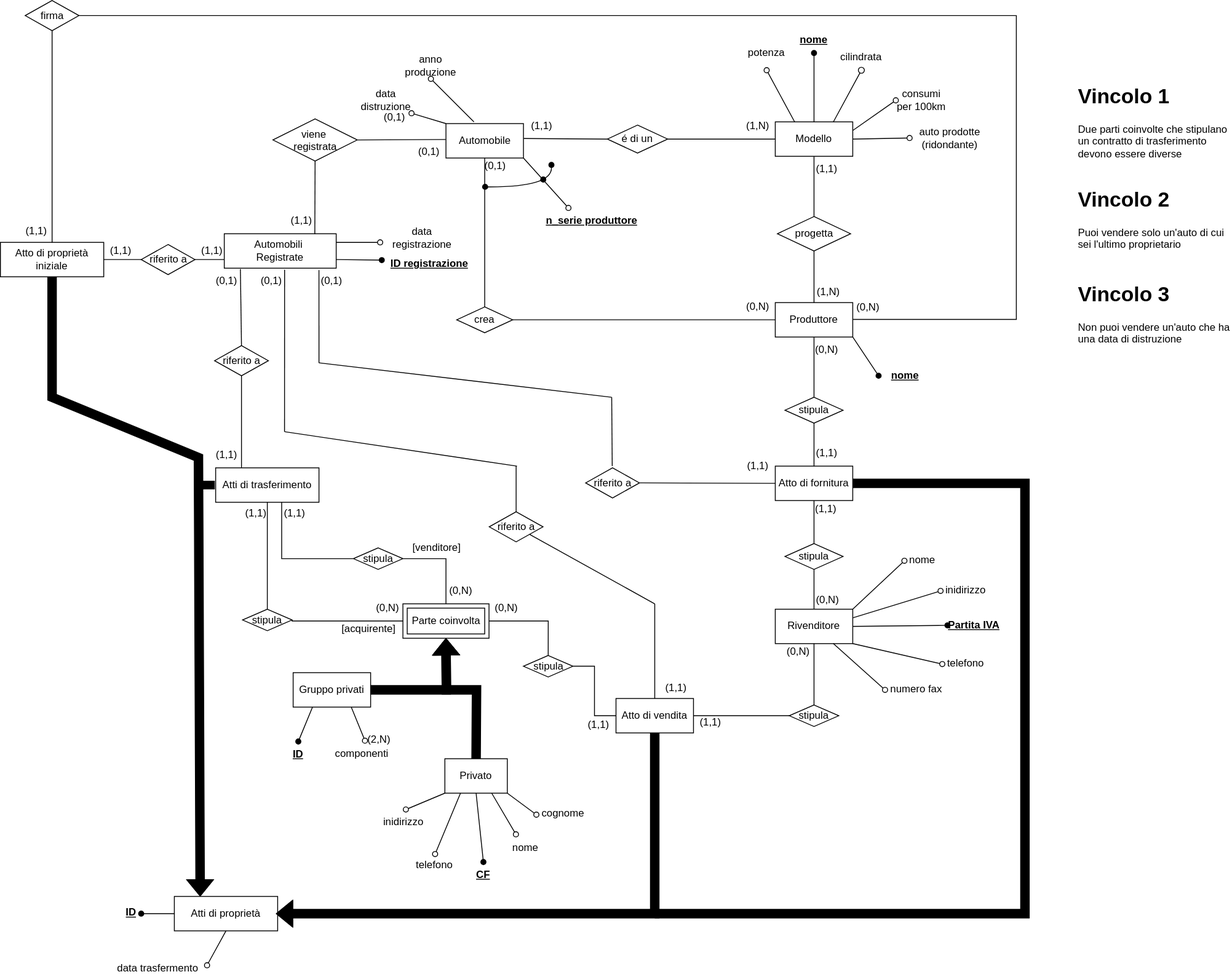
Above: Progetto DATABASE - Concettuale.drawio.svg in CancianMatteo/UNIUD_ProgettoDatabase (draw.io), before the change. Source tidied: cells renumbered, new cells last; positions are measured from the earlier drawing's top-left corner, leaving out a move shared by most shapes.
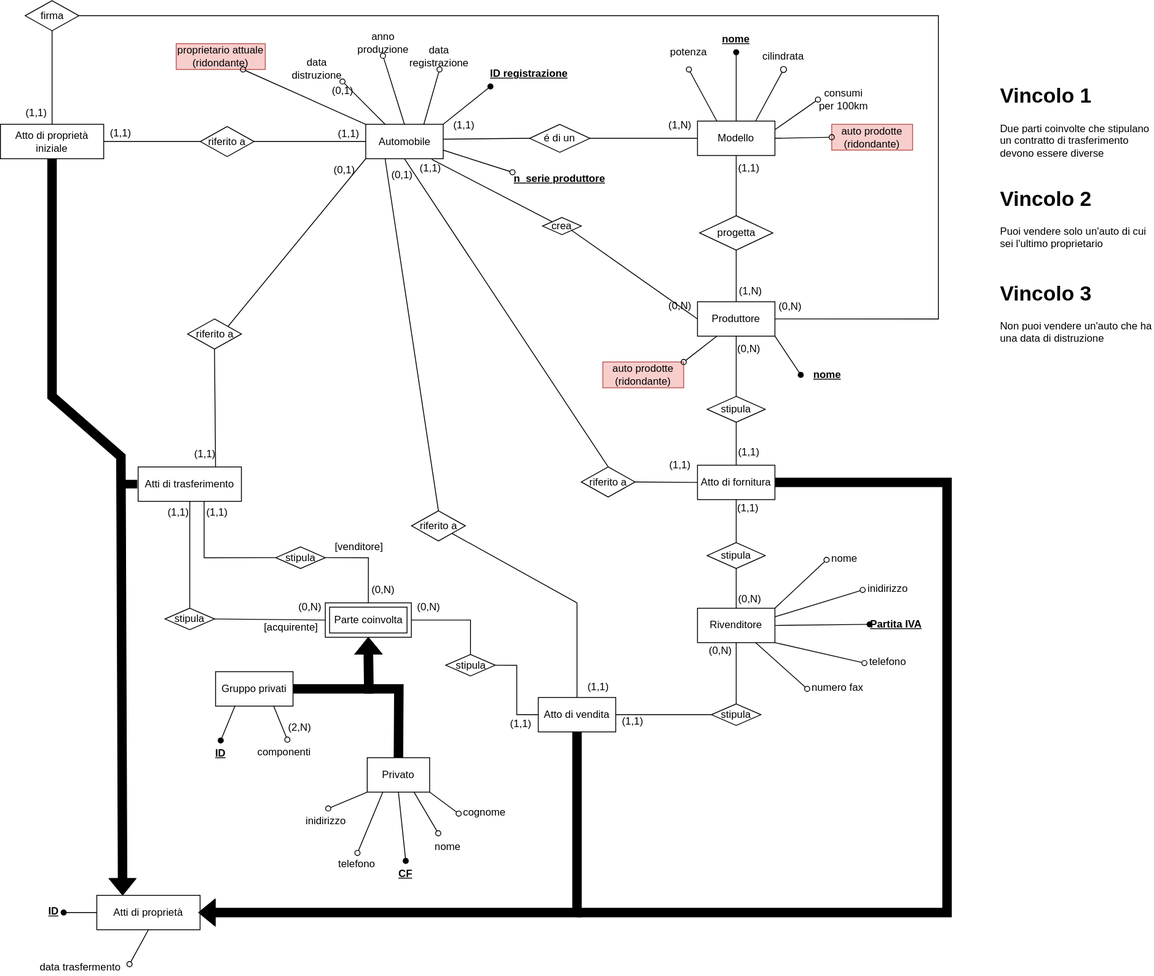
The same file after the commit.

Change to the diagram source:
```diff
@@ -5,3 +5,3 @@
     <mxCell id="2" value="Automobile" style="rounded=0;whiteSpace=wrap;html=1;" parent="1" vertex="1">
-      <mxGeometry x="517.5" y="143" width="90" height="40" as="geometry" />
+      <mxGeometry x="514.5" y="144.8" width="90" height="40" as="geometry" />
     </mxCell>
@@ -67,5 +67,5 @@
     <mxCell id="21" value="data distruzione" style="text;html=1;align=center;verticalAlign=middle;whiteSpace=wrap;rounded=0;" parent="1" vertex="1">
-      <mxGeometry x="417.5" y="101" width="60" height="30" as="geometry" />
+      <mxGeometry x="427.5" y="65" width="60" height="30" as="geometry" />
     </mxCell>
-    <mxCell id="22" style="endArrow=oval;html=1;rounded=0;entryX=1;entryY=1;entryDx=0;entryDy=0;exitX=0;exitY=0;exitDx=0;exitDy=0;endFill=0;" parent="1" edge="1" source="2" target="21">
+    <mxCell id="22" style="endArrow=oval;html=1;rounded=0;entryX=1;entryY=1;entryDx=0;entryDy=0;exitX=0.25;exitY=0;exitDx=0;exitDy=0;endFill=0;" parent="1" edge="1" source="2" target="21">
       <mxGeometry relative="1" as="geometry" />
@@ -99,11 +99,9 @@
     <mxCell id="31" value="n_serie produttore" style="text;html=1;align=center;verticalAlign=middle;whiteSpace=wrap;rounded=0;fontStyle=5;" parent="1" vertex="1">
-      <mxGeometry x="632.2" y="241" width="110" height="30" as="geometry" />
+      <mxGeometry x="685" y="193" width="110" height="30" as="geometry" />
     </mxCell>
     <mxCell id="32" value="anno produzione" style="text;html=1;align=center;verticalAlign=middle;whiteSpace=wrap;rounded=0;" parent="1" vertex="1">
-      <mxGeometry x="470" y="61" width="60" height="30" as="geometry" />
+      <mxGeometry x="504.5" y="35" width="60" height="30" as="geometry" />
     </mxCell>
-    <mxCell id="33" style="endArrow=oval;html=1;rounded=0;entryX=0.5;entryY=1;entryDx=0;entryDy=0;endFill=0;" parent="1" edge="1" target="32">
-      <mxGeometry relative="1" as="geometry">
-        <mxPoint x="550" y="141" as="sourcePoint" />
-      </mxGeometry>
+    <mxCell id="33" style="endArrow=oval;html=1;rounded=0;entryX=0.5;entryY=1;entryDx=0;entryDy=0;endFill=0;exitX=0.5;exitY=0;exitDx=0;exitDy=0;" parent="1" edge="1" source="2" target="32">
+      <mxGeometry relative="1" as="geometry" />
     </mxCell>
@@ -124,8 +122,2 @@
     </mxCell>
-    <mxCell id="39" style="endArrow=none;html=1;rounded=0;entryX=0.616;entryY=1.048;entryDx=0;entryDy=0;entryPerimeter=0;" parent="1" edge="1">
-      <mxGeometry relative="1" as="geometry">
-        <mxPoint x="330" y="501" as="sourcePoint" />
-        <mxPoint x="330.1" y="312.9" as="targetPoint" />
-      </mxGeometry>
-    </mxCell>
     <mxCell id="40" style="edgeStyle=orthogonalEdgeStyle;rounded=0;jettySize=auto;html=1;exitX=1;exitY=0.5;exitDx=0;exitDy=0;entryX=0;entryY=0.5;entryDx=0;entryDy=0;endArrow=none;endFill=0;" parent="1" edge="1" source="76" target="74">
@@ -182,6 +174,6 @@
     <mxCell id="54" value="(1,1)" style="text;html=1;align=center;verticalAlign=middle;whiteSpace=wrap;rounded=0;" parent="1" vertex="1">
-      <mxGeometry x="243" y="513" width="40" height="30" as="geometry" />
+      <mxGeometry x="307.5" y="513" width="40" height="30" as="geometry" />
     </mxCell>
     <mxCell id="55" value="(0,1)" style="text;html=1;align=center;verticalAlign=middle;whiteSpace=wrap;rounded=0;" parent="1" vertex="1">
-      <mxGeometry x="243" y="311" width="40" height="30" as="geometry" />
+      <mxGeometry x="470" y="183" width="40" height="30" as="geometry" />
     </mxCell>
@@ -221,11 +213,9 @@
     <mxCell id="67" value="data registrazione" style="text;html=1;align=center;verticalAlign=middle;whiteSpace=wrap;rounded=0;" parent="1" vertex="1">
-      <mxGeometry x="460" y="261" width="60" height="30" as="geometry" />
+      <mxGeometry x="570.2" y="51" width="60" height="30" as="geometry" />
     </mxCell>
-    <mxCell id="68" style="endArrow=oval;html=1;rounded=0;exitX=1;exitY=0.25;exitDx=0;exitDy=0;endFill=0;" parent="1" edge="1" source="107">
-      <mxGeometry relative="1" as="geometry">
-        <mxPoint x="441.1" y="281" as="targetPoint" />
-      </mxGeometry>
+    <mxCell id="68" style="endArrow=oval;html=1;rounded=0;exitX=0.75;exitY=0;exitDx=0;exitDy=0;endFill=0;entryX=0.5;entryY=1;entryDx=0;entryDy=0;" parent="1" edge="1" source="2" target="67">
+      <mxGeometry relative="1" as="geometry" />
     </mxCell>
     <mxCell id="69" value="crea" style="rhombus;whiteSpace=wrap;html=1;" parent="1" vertex="1">
-      <mxGeometry x="530" y="356" width="65" height="30" as="geometry" />
+      <mxGeometry x="720" y="253" width="45" height="20" as="geometry" />
     </mxCell>
@@ -234,5 +224,2 @@
     </mxCell>
-    <mxCell id="71" value="(0,1)" style="text;html=1;align=center;verticalAlign=middle;whiteSpace=wrap;rounded=0;" parent="1" vertex="1">
-      <mxGeometry x="477.5" y="161" width="40" height="30" as="geometry" />
-    </mxCell>
     <mxCell id="72" style="rounded=0;jettySize=auto;html=1;exitX=0.5;exitY=1;exitDx=0;exitDy=0;entryX=0.5;entryY=0;entryDx=0;entryDy=0;endArrow=none;endFill=0;" parent="1" edge="1" source="10" target="73">
@@ -262,3 +249,3 @@
     <mxCell id="80" value="riferito a" style="rhombus;whiteSpace=wrap;html=1;" parent="1" vertex="1">
-      <mxGeometry x="679.8" y="543" width="62.5" height="35" as="geometry" />
+      <mxGeometry x="765" y="543" width="62.5" height="35" as="geometry" />
     </mxCell>
@@ -280,3 +267,3 @@
     <mxCell id="86" value="riferito a" style="rhombus;whiteSpace=wrap;html=1;" parent="1" vertex="1">
-      <mxGeometry x="248.8" y="401" width="62.5" height="35" as="geometry" />
+      <mxGeometry x="307.5" y="371" width="62.5" height="35" as="geometry" />
     </mxCell>
@@ -347,6 +334,3 @@
     </mxCell>
-    <mxCell id="107" value="Automobili&amp;nbsp;&lt;div&gt;Registrate&lt;/div&gt;" style="rounded=0;whiteSpace=wrap;html=1;" parent="1" vertex="1">
-      <mxGeometry x="260" y="271" width="130" height="40" as="geometry" />
-    </mxCell>
-    <mxCell id="108" style="endArrow=oval;html=1;rounded=0;entryX=0.004;entryY=0.354;entryDx=0;entryDy=0;exitX=1;exitY=0.75;exitDx=0;exitDy=0;endFill=1;entryPerimeter=0;" parent="1" edge="1" source="107" target="109">
+    <mxCell id="108" style="endArrow=oval;html=1;rounded=0;entryX=0.097;entryY=0.991;entryDx=0;entryDy=0;exitX=1;exitY=0;exitDx=0;exitDy=0;endFill=1;entryPerimeter=0;" parent="1" edge="1" source="2" target="109">
       <mxGeometry relative="1" as="geometry" />
@@ -354,22 +338,7 @@
     <mxCell id="109" value="ID registrazione" style="text;html=1;align=center;verticalAlign=middle;points=[];strokeColor=none;fillColor=none;fontStyle=5;" parent="1" vertex="1">
-      <mxGeometry x="442.5" y="291" width="110" height="30" as="geometry" />
+      <mxGeometry x="648.8" y="71" width="110" height="30" as="geometry" />
     </mxCell>
-    <mxCell id="110" value="&lt;font style=&quot;font-size: 12px;&quot;&gt;&lt;font style=&quot;font-size: 12px;&quot;&gt;viene&amp;nbsp;&lt;/font&gt;&lt;/font&gt;&lt;div style=&quot;line-height: 100%;&quot;&gt;&lt;font style=&quot;font-size: 12px;&quot;&gt;&lt;span style=&quot;background-color: initial;&quot;&gt;registrata&lt;/span&gt;&lt;/font&gt;&lt;/div&gt;" style="rhombus;whiteSpace=wrap;html=1;" parent="1" vertex="1">
-      <mxGeometry x="316.5" y="137.5" width="98" height="49" as="geometry" />
-    </mxCell>
-    <mxCell id="111" style="endArrow=none;html=1;rounded=0;entryX=0.5;entryY=1;entryDx=0;entryDy=0;exitX=0.809;exitY=0.009;exitDx=0;exitDy=0;exitPerimeter=0;" parent="1" edge="1" source="107" target="110">
-      <mxGeometry relative="1" as="geometry" />
-    </mxCell>
-    <mxCell id="112" style="endArrow=none;html=1;rounded=0;entryX=-0.003;entryY=0.462;entryDx=0;entryDy=0;exitX=1;exitY=0.5;exitDx=0;exitDy=0;entryPerimeter=0;" parent="1" edge="1" source="110" target="2">
-      <mxGeometry relative="1" as="geometry" />
-    </mxCell>
-    <mxCell id="113" value="(1,1)" style="text;html=1;align=center;verticalAlign=middle;whiteSpace=wrap;rounded=0;" parent="1" vertex="1">
-      <mxGeometry x="330" y="241" width="40" height="30" as="geometry" />
-    </mxCell>
-    <mxCell id="114" value="(0,1)" style="text;html=1;align=center;verticalAlign=middle;whiteSpace=wrap;rounded=0;" parent="1" vertex="1">
-      <mxGeometry x="555" y="177.2" width="40" height="30" as="geometry" />
+    <mxCell id="114" value="(1,1)" style="text;html=1;align=center;verticalAlign=middle;whiteSpace=wrap;rounded=0;" parent="1" vertex="1">
+      <mxGeometry x="570.2" y="181" width="40" height="30" as="geometry" />
     </mxCell>
-    <mxCell id="115" value="(0,1)" style="text;html=1;align=center;verticalAlign=middle;whiteSpace=wrap;rounded=0;" parent="1" vertex="1">
-      <mxGeometry x="295" y="311" width="40" height="30" as="geometry" />
-    </mxCell>
     <mxCell id="116" value="Atti di proprietà" style="rounded=0;whiteSpace=wrap;html=1;" parent="1" vertex="1">
@@ -408,5 +377,5 @@
     <mxCell id="123" value="(2,N)" style="text;html=1;align=center;verticalAlign=middle;whiteSpace=wrap;rounded=0;" parent="1" vertex="1">
-      <mxGeometry x="420" y="843.5" width="40" height="30" as="geometry" />
+      <mxGeometry x="418" y="831" width="40" height="30" as="geometry" />
     </mxCell>
-    <mxCell id="124" value="auto prodotte&lt;br&gt;(ridondante)" style="text;html=1;align=center;verticalAlign=middle;whiteSpace=wrap;rounded=0;" parent="1" vertex="1">
+    <mxCell id="124" value="auto prodotte&lt;br&gt;(ridondante)" style="text;html=1;align=center;verticalAlign=middle;whiteSpace=wrap;rounded=0;fillColor=#f8cecc;strokeColor=#b85450;" parent="1" vertex="1">
       <mxGeometry x="1056" y="144.8" width="94" height="30" as="geometry" />
@@ -417,9 +386,9 @@
     <mxCell id="126" value="(0,1)" style="text;html=1;align=center;verticalAlign=middle;whiteSpace=wrap;rounded=0;" parent="1" vertex="1">
-      <mxGeometry x="437.5" y="121" width="40" height="30" as="geometry" />
+      <mxGeometry x="467.5" y="91" width="40" height="30" as="geometry" />
     </mxCell>
     <mxCell id="127" value="(0&lt;span style=&quot;background-color: initial;&quot;&gt;,1)&lt;/span&gt;" style="text;html=1;align=center;verticalAlign=middle;whiteSpace=wrap;rounded=0;" parent="1" vertex="1">
-      <mxGeometry x="365" y="311" width="40" height="30" as="geometry" />
+      <mxGeometry x="537" y="189" width="40" height="30" as="geometry" />
     </mxCell>
     <mxCell id="128" value="Atto di proprietà iniziale" style="rounded=0;whiteSpace=wrap;html=1;" parent="1" vertex="1">
-      <mxGeometry y="281" width="120" height="40" as="geometry" />
+      <mxGeometry x="90" y="144.8" width="120" height="40" as="geometry" />
     </mxCell>
@@ -428,3 +397,3 @@
         <Array as="points">
-          <mxPoint x="60" y="461" />
+          <mxPoint x="150" y="461" />
           <mxPoint x="230" y="531" />
@@ -439,6 +408,6 @@
     </mxCell>
-    <mxCell id="131" style="endArrow=none;html=1;rounded=0;fontSize=12;startSize=8;endSize=8;curved=1;exitX=0.5;exitY=0;exitDx=0;exitDy=0;entryX=0.144;entryY=1.026;entryDx=0;entryDy=0;entryPerimeter=0;" parent="1" edge="1" source="86" target="107">
+    <mxCell id="131" style="endArrow=none;html=1;rounded=0;fontSize=12;startSize=8;endSize=8;curved=1;exitX=1;exitY=0;exitDx=0;exitDy=0;entryX=0;entryY=1;entryDx=0;entryDy=0;" parent="1" edge="1" source="86" target="2">
       <mxGeometry relative="1" as="geometry" />
     </mxCell>
-    <mxCell id="132" style="endArrow=none;html=1;rounded=0;entryX=0.5;entryY=1;entryDx=0;entryDy=0;exitX=0.25;exitY=0;exitDx=0;exitDy=0;" parent="1" edge="1" source="85" target="86">
+    <mxCell id="132" style="endArrow=none;html=1;rounded=0;entryX=0.5;entryY=1;entryDx=0;entryDy=0;exitX=0.75;exitY=0;exitDx=0;exitDy=0;" parent="1" edge="1" source="85" target="86">
       <mxGeometry relative="1" as="geometry" />
@@ -448,3 +417,3 @@
     </mxCell>
-    <mxCell id="134" style="endArrow=none;html=1;rounded=0;fontSize=12;startSize=8;endSize=8;curved=1;exitX=1;exitY=0.5;exitDx=0;exitDy=0;entryX=1;entryY=1;entryDx=0;entryDy=0;" parent="1" edge="1" source="69" target="70">
+    <mxCell id="134" style="endArrow=none;html=1;rounded=0;fontSize=12;startSize=8;endSize=8;curved=1;exitX=1;exitY=1;exitDx=0;exitDy=0;entryX=1;entryY=1;entryDx=0;entryDy=0;" parent="1" edge="1" source="69" target="70">
       <mxGeometry relative="1" as="geometry" />
@@ -454,7 +423,4 @@
     </mxCell>
-    <mxCell id="136" style="endArrow=none;html=1;rounded=0;fontSize=12;startSize=8;endSize=8;curved=1;" parent="1" edge="1">
-      <mxGeometry relative="1" as="geometry">
-        <mxPoint x="710.6" y="541" as="sourcePoint" />
-        <mxPoint x="710" y="461" as="targetPoint" />
-      </mxGeometry>
+    <mxCell id="136" style="endArrow=none;html=1;rounded=0;fontSize=12;startSize=8;endSize=8;curved=1;entryX=0.5;entryY=1;entryDx=0;entryDy=0;exitX=0.5;exitY=0;exitDx=0;exitDy=0;" parent="1" edge="1" source="80" target="2">
+      <mxGeometry relative="1" as="geometry" />
     </mxCell>
@@ -466,8 +432,2 @@
     </mxCell>
-    <mxCell id="138" style="endArrow=none;html=1;rounded=0;fontSize=12;startSize=8;endSize=8;curved=1;" parent="1" edge="1">
-      <mxGeometry relative="1" as="geometry">
-        <mxPoint x="370" y="421" as="sourcePoint" />
-        <mxPoint x="710" y="461" as="targetPoint" />
-      </mxGeometry>
-    </mxCell>
     <mxCell id="139" style="endArrow=none;html=1;rounded=0;exitX=1;exitY=1;exitDx=0;exitDy=0;" parent="1" edge="1" source="79">
@@ -477,17 +437,4 @@
     </mxCell>
-    <mxCell id="140" style="endArrow=none;html=1;rounded=0;fontSize=12;startSize=8;endSize=8;curved=1;entryX=0.846;entryY=1.053;entryDx=0;entryDy=0;entryPerimeter=0;" parent="1" edge="1" target="107">
-      <mxGeometry relative="1" as="geometry">
-        <mxPoint x="370" y="421" as="sourcePoint" />
-      </mxGeometry>
-    </mxCell>
-    <mxCell id="141" style="endArrow=none;html=1;rounded=0;fontSize=12;startSize=8;endSize=8;" parent="1" edge="1">
-      <mxGeometry relative="1" as="geometry">
-        <mxPoint x="330" y="501" as="sourcePoint" />
-        <mxPoint x="600" y="541" as="targetPoint" />
-      </mxGeometry>
-    </mxCell>
-    <mxCell id="142" style="endArrow=none;html=1;rounded=0;fontSize=12;startSize=8;endSize=8;curved=1;entryX=0.5;entryY=0;entryDx=0;entryDy=0;" parent="1" edge="1" target="79">
-      <mxGeometry relative="1" as="geometry">
-        <mxPoint x="599" y="541" as="sourcePoint" />
-      </mxGeometry>
+    <mxCell id="142" style="endArrow=none;html=1;rounded=0;fontSize=12;startSize=8;endSize=8;curved=1;entryX=0.5;entryY=0;entryDx=0;entryDy=0;exitX=0.25;exitY=1;exitDx=0;exitDy=0;" parent="1" edge="1" source="2" target="79">
+      <mxGeometry relative="1" as="geometry" />
     </mxCell>
@@ -502,3 +449,3 @@
     </mxCell>
-    <mxCell id="146" style="endArrow=oval;html=1;rounded=0;entryX=0.25;entryY=0;entryDx=0;entryDy=0;exitX=1;exitY=1;exitDx=0;exitDy=0;endFill=0;" parent="1" edge="1" source="2" target="31">
+    <mxCell id="146" style="endArrow=oval;html=1;rounded=0;entryX=0;entryY=0.25;entryDx=0;entryDy=0;exitX=1;exitY=0.75;exitDx=0;exitDy=0;endFill=0;" parent="1" edge="1" source="2" target="31">
       <mxGeometry relative="1" as="geometry" />
@@ -506,5 +453,5 @@
     <mxCell id="147" value="riferito a" style="rhombus;whiteSpace=wrap;html=1;" parent="1" vertex="1">
-      <mxGeometry x="163.5" y="283.5" width="62.5" height="35" as="geometry" />
+      <mxGeometry x="322.2" y="147.2" width="62.5" height="35" as="geometry" />
     </mxCell>
-    <mxCell id="148" style="endArrow=none;html=1;rounded=0;fontSize=12;startSize=8;endSize=8;curved=1;exitX=1;exitY=0.5;exitDx=0;exitDy=0;entryX=0;entryY=0.75;entryDx=0;entryDy=0;" parent="1" edge="1" source="147" target="107">
+    <mxCell id="148" style="endArrow=none;html=1;rounded=0;fontSize=12;startSize=8;endSize=8;curved=1;exitX=1;exitY=0.5;exitDx=0;exitDy=0;entryX=0;entryY=0.5;entryDx=0;entryDy=0;" parent="1" edge="1" source="147" target="2">
       <mxGeometry relative="1" as="geometry" />
@@ -515,15 +462,16 @@
     <mxCell id="150" value="(1,1)" style="text;html=1;align=center;verticalAlign=middle;whiteSpace=wrap;rounded=0;" parent="1" vertex="1">
-      <mxGeometry x="226" y="276" width="40" height="30" as="geometry" />
+      <mxGeometry x="474.5" y="141" width="40" height="30" as="geometry" />
     </mxCell>
     <mxCell id="151" value="(1,1)" style="text;html=1;align=center;verticalAlign=middle;whiteSpace=wrap;rounded=0;" parent="1" vertex="1">
-      <mxGeometry x="22" y="253" width="40" height="30" as="geometry" />
+      <mxGeometry x="112" y="116.8" width="40" height="30" as="geometry" />
     </mxCell>
     <mxCell id="152" value="firma" style="rhombus;whiteSpace=wrap;html=1;" parent="1" vertex="1">
-      <mxGeometry x="28.8" width="62.5" height="35" as="geometry" />
+      <mxGeometry x="118.8" y="1" width="62.5" height="35" as="geometry" />
     </mxCell>
-    <mxCell id="153" style="endArrow=none;html=1;rounded=0;fontSize=12;startSize=8;endSize=8;entryX=1;entryY=0;entryDx=0;entryDy=0;edgeStyle=orthogonalEdgeStyle;exitX=1;exitY=0.5;exitDx=0;exitDy=0;" parent="1" edge="1" source="152">
+    <mxCell id="153" style="endArrow=none;html=1;rounded=0;fontSize=12;startSize=8;endSize=8;entryX=1;entryY=0;entryDx=0;entryDy=0;edgeStyle=orthogonalEdgeStyle;exitX=1;exitY=0.5;exitDx=0;exitDy=0;" parent="1" edge="1">
       <mxGeometry relative="1" as="geometry">
-        <mxPoint x="990" y="370.5" as="targetPoint" />
+        <mxPoint x="181.3" y="18.5" as="sourcePoint" />
+        <mxPoint x="990" y="371" as="targetPoint" />
         <Array as="points">
-          <mxPoint x="1180" y="17" />
+          <mxPoint x="1180" y="19" />
           <mxPoint x="1180" y="371" />
@@ -539,16 +487,19 @@
     <mxCell id="156" value="(1,1)" style="text;html=1;align=center;verticalAlign=middle;whiteSpace=wrap;rounded=0;" parent="1" vertex="1">
-      <mxGeometry x="120" y="276" width="40" height="30" as="geometry" />
+      <mxGeometry x="210" y="139.8" width="40" height="30" as="geometry" />
     </mxCell>
+    <mxCell id="160" value="proprietario attuale&lt;br&gt;(ridondante)" style="text;html=1;align=center;verticalAlign=middle;whiteSpace=wrap;rounded=0;fillColor=#f8cecc;strokeColor=#b85450;" parent="1" vertex="1">
+      <mxGeometry x="294.2" y="51" width="103.5" height="30" as="geometry" />
+    </mxCell>
+    <mxCell id="161" style="endArrow=oval;html=1;rounded=0;entryX=0.75;entryY=1;entryDx=0;entryDy=0;exitX=0;exitY=0;exitDx=0;exitDy=0;endFill=0;" parent="1" edge="1" source="2" target="160">
+      <mxGeometry relative="1" as="geometry" />
+    </mxCell>
+    <mxCell id="162" value="auto prodotte&lt;br&gt;(ridondante)" style="text;html=1;align=center;verticalAlign=middle;whiteSpace=wrap;rounded=0;fillColor=#f8cecc;strokeColor=#b85450;" parent="1" vertex="1">
+      <mxGeometry x="790" y="421" width="94" height="30" as="geometry" />
+    </mxCell>
+    <mxCell id="163" style="endArrow=oval;html=1;rounded=0;entryX=1;entryY=0;entryDx=0;entryDy=0;exitX=0.25;exitY=1;exitDx=0;exitDy=0;endFill=0;" parent="1" edge="1" source="34" target="162">
+      <mxGeometry relative="1" as="geometry" />
+    </mxCell>
-    <mxCell id="157" style="endArrow=none;html=1;rounded=0;fontSize=12;startSize=8;endSize=8;curved=1;entryX=0.5;entryY=1;entryDx=0;entryDy=0;exitX=0.5;exitY=0;exitDx=0;exitDy=0;" parent="1" edge="1" source="69" target="2">
+    <mxCell id="157" style="endArrow=none;html=1;rounded=0;fontSize=12;startSize=8;endSize=8;curved=1;entryX=0.854;entryY=1.021;entryDx=0;entryDy=0;exitX=0;exitY=0;exitDx=0;exitDy=0;entryPerimeter=0;" parent="1" edge="1" source="69" target="2">
       <mxGeometry relative="1" as="geometry" />
     </mxCell>
-    <mxCell id="158" style="endArrow=oval;html=1;rounded=0;edgeStyle=orthogonalEdgeStyle;curved=1;endFill=1;startArrow=oval;startFill=1;targetPerimeterSpacing=6;" parent="1" edge="1">
-      <mxGeometry relative="1" as="geometry">
-        <mxPoint x="563" y="216.5" as="sourcePoint" />
-        <mxPoint x="640" y="191" as="targetPoint" />
-      </mxGeometry>
-    </mxCell>
-    <mxCell id="159" style="ellipse;whiteSpace=wrap;html=1;fillStyle=auto;fillColor=#000000;" parent="1" vertex="1">
-      <mxGeometry x="627.5" y="205" width="6" height="6" as="geometry" />
-    </mxCell>
   </root>
```
